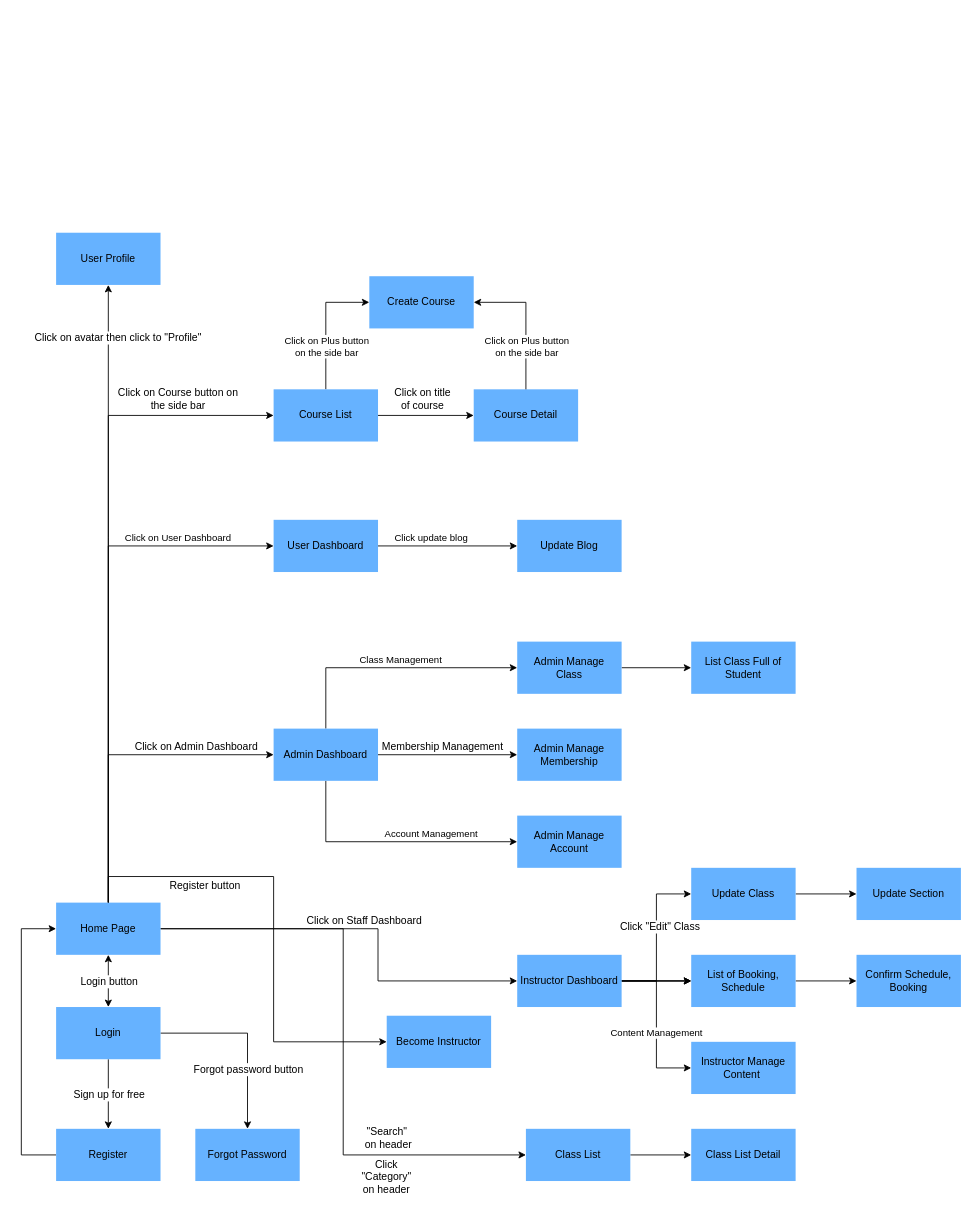
This is page "SWP2" (2 of 4) of Untitled Diagram.drawio from minhng-178/web-starter-projects, a draw.io file, before an edit. Source tidied: cells renumbered, new cells numbered last; positions are measured from the earlier drawing's top-left corner, leaving out a move shared by most shapes. Both pictures are drawn from the tidied source at 87%, with x=0, y=0 at pixel (21, 232).
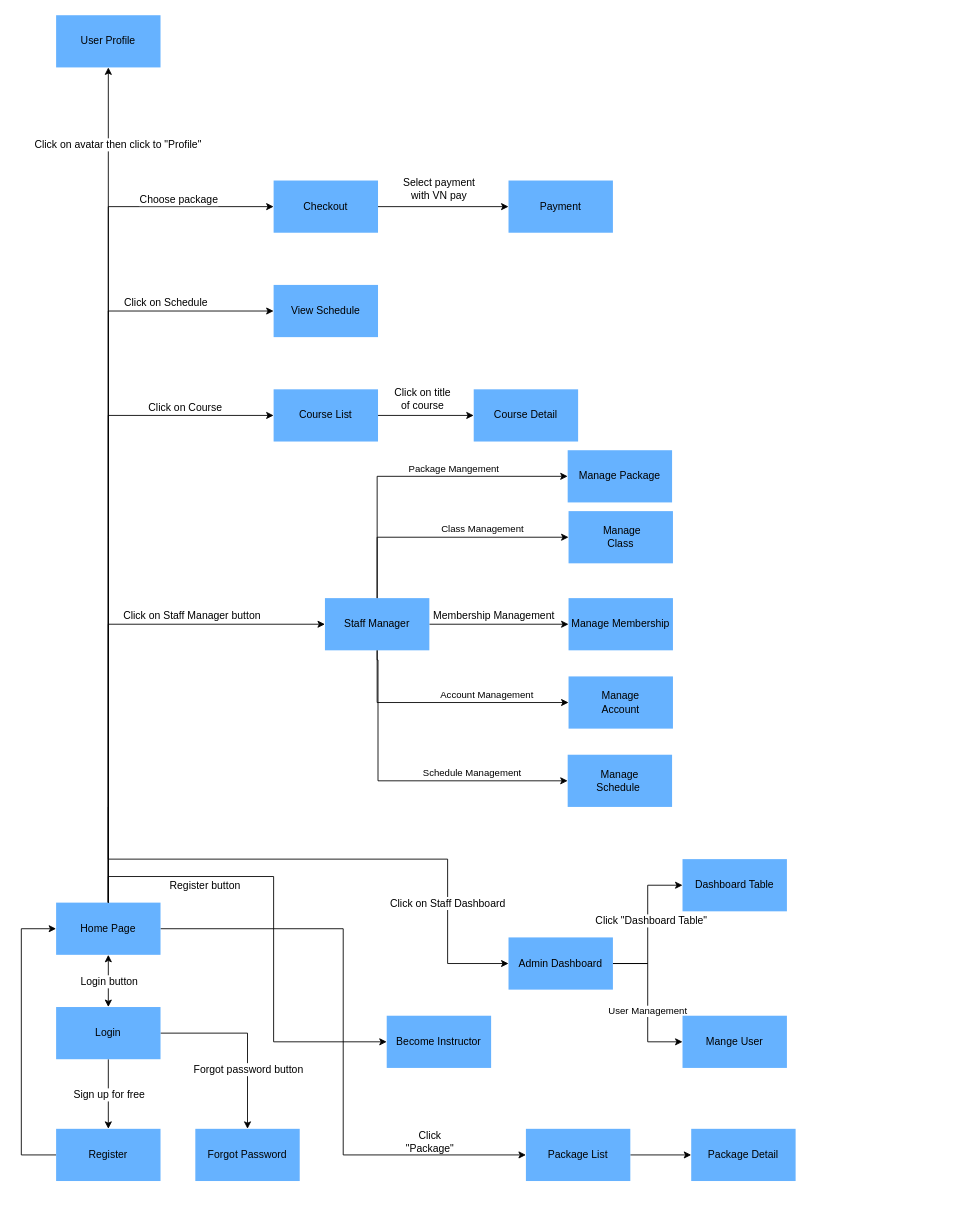
Above is the later version.

The change refers to these unchanged cells:
```xml
<mxCell id="2" style="edgeStyle=orthogonalEdgeStyle;rounded=0;jettySize=auto;html=1;exitX=0.5;exitY=0;exitDx=0;exitDy=0;entryX=0;entryY=0.5;entryDx=0;entryDy=0;" parent="1" edge="1" source="14" target="28">
  <mxGeometry relative="1" as="geometry" />
</mxCell>
<mxCell id="10" style="edgeStyle=orthogonalEdgeStyle;rounded=0;jettySize=auto;html=1;entryX=0;entryY=0.5;entryDx=0;entryDy=0;exitX=0.5;exitY=0;exitDx=0;exitDy=0;" parent="1" edge="1" source="14" target="59">
  <mxGeometry relative="1" as="geometry">
    <Array as="points">
      <mxPoint x="100" y="210" />
    </Array>
  </mxGeometry>
</mxCell>
<mxCell id="12" style="edgeStyle=orthogonalEdgeStyle;rounded=0;jettySize=auto;html=1;entryX=0;entryY=0.5;entryDx=0;entryDy=0;exitX=1;exitY=0.5;exitDx=0;exitDy=0;exitPerimeter=0;" parent="1" edge="1" source="14" target="65">
  <mxGeometry relative="1" as="geometry" />
</mxCell>
<mxCell id="14" value="Home Page" style="rounded=0;whiteSpace=wrap;html=1;fillColor=#66B2FF;strokeColor=none;" parent="1" vertex="1">
  <mxGeometry x="40" y="770" width="120" height="60" as="geometry" />
</mxCell>
<mxCell id="22" style="edgeStyle=orthogonalEdgeStyle;rounded=0;jettySize=auto;html=1;entryX=0;entryY=0.5;entryDx=0;entryDy=0;exitX=0.5;exitY=0;exitDx=0;exitDy=0;" parent="1" edge="1" source="28" target="30">
  <mxGeometry relative="1" as="geometry" />
</mxCell>
<mxCell id="39" style="edgeStyle=orthogonalEdgeStyle;rounded=0;jettySize=auto;html=1;entryX=0;entryY=0.5;entryDx=0;entryDy=0;" parent="1" edge="1" source="46" target="53">
  <mxGeometry relative="1" as="geometry" />
</mxCell>
<mxCell id="44" style="edgeStyle=orthogonalEdgeStyle;rounded=0;jettySize=auto;html=1;exitX=1;exitY=0.5;exitDx=0;exitDy=0;entryX=0;entryY=0.5;entryDx=0;entryDy=0;" parent="1" edge="1" source="46" target="73">
  <mxGeometry relative="1" as="geometry" />
</mxCell>
<mxCell id="59" value="Course List" style="rounded=0;whiteSpace=wrap;html=1;fillColor=#66B2FF;strokeColor=none;" parent="1" vertex="1">
  <mxGeometry x="290" y="180" width="120" height="60" as="geometry" />
</mxCell>
<mxCell id="61" value="Course Detail" style="whiteSpace=wrap;html=1;fillColor=#66B2FF;strokeColor=none;rounded=0;" parent="1" vertex="1">
  <mxGeometry x="520" y="180" width="120" height="60" as="geometry" />
</mxCell>
```

The edit, as a diff of the source:
```diff
@@
-    <mxCell id="3" value="&lt;font style=&quot;font-size: 12px;&quot;&gt;Click on Admin Dashboard&lt;/font&gt;" style="edgeLabel;html=1;align=center;verticalAlign=middle;" parent="2" vertex="1">
+    <mxCell id="3" value="&lt;span class=&quot;custom-cursor-default-hover&quot; style=&quot;font-size: 12px;&quot;&gt;Click on Staff Manager button&lt;/span&gt;" style="edgeLabel;html=1;align=center;verticalAlign=middle;" parent="2" vertex="1">
       <mxGeometry x="0.39" y="1" relative="1" as="geometry">
         <mxPoint x="20" y="-9" as="offset" />
       </mxGeometry>
     </mxCell>
-    <mxCell id="4" style="edgeStyle=orthogonalEdgeStyle;rounded=0;jettySize=auto;html=1;" parent="1" edge="1" source="14" target="46">
+    <mxCell id="4" style="edgeStyle=orthogonalEdgeStyle;rounded=0;jettySize=auto;html=1;entryX=0;entryY=0.5;entryDx=0;entryDy=0;" parent="1" edge="1" target="46">
       <mxGeometry relative="1" as="geometry">
+        <mxPoint x="100" y="660" as="sourcePoint" />
         <Array as="points">
-          <mxPoint x="410" y="800" />
-          <mxPoint x="410" y="860" />
+          <mxPoint x="100" y="720" />
+          <mxPoint x="490" y="720" />
+          <mxPoint x="490" y="840" />
         </Array>
       </mxGeometry>
     </mxCell>
     <mxCell id="5" value="&lt;font style=&quot;font-size: 12px;&quot;&gt;Click on Staff Dashboard&lt;/font&gt;" style="edgeLabel;html=1;align=center;verticalAlign=middle;" parent="4" vertex="1">
       <mxGeometry x="-0.01" y="-1" relative="1" as="geometry">
-        <mxPoint y="-11" as="offset" />
+        <mxPoint x="132" y="49" as="offset" />
       </mxGeometry>
     </mxCell>
@@
-    <mxCell id="8" style="edgeStyle=orthogonalEdgeStyle;rounded=0;jettySize=auto;html=1;exitX=0.5;exitY=0;exitDx=0;exitDy=0;entryX=0;entryY=0.5;entryDx=0;entryDy=0;" parent="1" edge="1" source="14" target="50">
-      <mxGeometry relative="1" as="geometry">
-        <Array as="points">
-          <mxPoint x="100" y="360" />
-        </Array>
-      </mxGeometry>
-    </mxCell>
-    <mxCell id="9" value="Click on User Dashboard" style="edgeLabel;html=1;align=center;verticalAlign=middle;" parent="8" vertex="1">
-      <mxGeometry x="0.45" y="2" relative="1" as="geometry">
-        <mxPoint x="54" y="-8" as="offset" />
-      </mxGeometry>
-    </mxCell>
@@
-    <mxCell id="11" value="&lt;font style=&quot;font-size: 12px;&quot;&gt;Click on Course button on &lt;br&gt;the side bar&lt;/font&gt;" style="edgeLabel;html=1;align=center;verticalAlign=middle;" parent="10" vertex="1">
+    <mxCell id="11" value="&lt;font class=&quot;custom-cursor-default-hover&quot; style=&quot;font-size: 12px;&quot;&gt;Click on Course&amp;nbsp;&lt;/font&gt;" style="edgeLabel;html=1;align=center;verticalAlign=middle;" parent="10" vertex="1">
       <mxGeometry x="0.56" y="-1" relative="1" as="geometry">
-        <mxPoint x="54" y="-21" as="offset" />
+        <mxPoint x="64" y="-11" as="offset" />
       </mxGeometry>
     </mxCell>
@@
-    <mxCell id="13" value="&lt;font style=&quot;font-size: 12px;&quot;&gt;&quot;Search&quot;&lt;br&gt;&amp;nbsp;on header&lt;/font&gt;" style="edgeLabel;html=1;align=center;verticalAlign=middle;" parent="12" vertex="1">
-      <mxGeometry x="0.92" y="2" relative="1" as="geometry">
-        <mxPoint x="-134" y="-18" as="offset" />
-      </mxGeometry>
-    </mxCell>
@@
     <mxCell id="23" value="Class Management" style="edgeLabel;html=1;align=center;verticalAlign=middle;" parent="22" vertex="1">
       <mxGeometry x="0.07" y="2" relative="1" as="geometry">
-        <mxPoint y="-8" as="offset" />
+        <mxPoint x="35" y="-8" as="offset" />
       </mxGeometry>
     </mxCell>
@@
-    <mxCell id="28" value="Admin Dashboard" style="whiteSpace=wrap;html=1;fillColor=#66B2FF;strokeColor=none;rounded=0;" parent="1" vertex="1">
-      <mxGeometry x="290" y="570" width="120" height="60" as="geometry" />
+    <mxCell id="28" value="Staff Manager" style="whiteSpace=wrap;html=1;fillColor=#66B2FF;strokeColor=none;rounded=0;" parent="1" vertex="1">
+      <mxGeometry x="349" y="420" width="120" height="60" as="geometry" />
     </mxCell>
-    <mxCell id="29" style="edgeStyle=orthogonalEdgeStyle;rounded=0;jettySize=auto;html=1;" parent="1" edge="1" source="30" target="69">
-      <mxGeometry relative="1" as="geometry" />
-    </mxCell>
-    <mxCell id="30" value="Admin Manage &lt;br&gt;Class" style="whiteSpace=wrap;html=1;fillColor=#66B2FF;strokeColor=none;rounded=0;" parent="1" vertex="1">
-      <mxGeometry x="570" y="470" width="120" height="60" as="geometry" />
+    <mxCell id="30" value="&amp;nbsp;Manage &lt;br&gt;Class" style="whiteSpace=wrap;html=1;fillColor=#66B2FF;strokeColor=none;rounded=0;" parent="1" vertex="1">
+      <mxGeometry x="629" y="320" width="120" height="60" as="geometry" />
     </mxCell>
-    <mxCell id="31" value="Admin Manage Membership" style="whiteSpace=wrap;html=1;fillColor=#66B2FF;strokeColor=none;rounded=0;" parent="1" vertex="1">
-      <mxGeometry x="570" y="570" width="120" height="60" as="geometry" />
+    <mxCell id="31" value="Manage Membership" style="whiteSpace=wrap;html=1;fillColor=#66B2FF;strokeColor=none;rounded=0;" parent="1" vertex="1">
+      <mxGeometry x="629" y="420" width="120" height="60" as="geometry" />
     </mxCell>
-    <mxCell id="32" value="Admin Manage&lt;br&gt;Account" style="whiteSpace=wrap;html=1;fillColor=#66B2FF;strokeColor=none;rounded=0;" parent="1" vertex="1">
-      <mxGeometry x="570" y="670" width="120" height="60" as="geometry" />
+    <mxCell id="32" value="Manage&lt;br&gt;Account" style="whiteSpace=wrap;html=1;fillColor=#66B2FF;strokeColor=none;rounded=0;" parent="1" vertex="1">
+      <mxGeometry x="629" y="510" width="120" height="60" as="geometry" />
     </mxCell>
@@
     <mxCell id="38" value="User Profile" style="rounded=0;whiteSpace=wrap;html=1;fillColor=#66B2FF;shadow=0;strokeColor=none;" parent="1" vertex="1">
-      <mxGeometry x="40" width="120" height="60" as="geometry" />
+      <mxGeometry x="40" y="-250" width="120" height="60" as="geometry" />
     </mxCell>
@@
-    <mxCell id="40" value="&lt;font style=&quot;font-size: 12px;&quot;&gt;Click &quot;Edit&quot; Class&lt;/font&gt;" style="edgeLabel;html=1;align=center;verticalAlign=middle;" parent="39" vertex="1">
-      <mxGeometry x="0.14" y="-3" relative="1" as="geometry" />
+    <mxCell id="40" value="&lt;span style=&quot;font-size: 12px;&quot;&gt;Click &quot;Dashboard Table&quot;&lt;/span&gt;" style="edgeLabel;html=1;align=center;verticalAlign=middle;" parent="39" vertex="1">
+      <mxGeometry x="0.14" y="-3" relative="1" as="geometry">
+        <mxPoint y="7" as="offset" />
+      </mxGeometry>
     </mxCell>
-    <mxCell id="41" style="edgeStyle=orthogonalEdgeStyle;rounded=0;jettySize=auto;html=1;" parent="1" edge="1" source="46" target="71">
-      <mxGeometry relative="1" as="geometry" />
-    </mxCell>
-    <mxCell id="42" style="edgeStyle=orthogonalEdgeStyle;rounded=0;jettySize=auto;html=1;" parent="1" edge="1" source="46" target="71">
-      <mxGeometry relative="1" as="geometry" />
-    </mxCell>
-    <mxCell id="43" style="edgeStyle=orthogonalEdgeStyle;rounded=0;jettySize=auto;html=1;" parent="1" edge="1" source="46" target="71">
-      <mxGeometry relative="1" as="geometry" />
-    </mxCell>
@@
-    <mxCell id="45" value="Content Management" style="edgeLabel;html=1;align=center;verticalAlign=middle;" parent="44" vertex="1">
+    <mxCell id="45" value="User Management" style="edgeLabel;html=1;align=center;verticalAlign=middle;" parent="44" vertex="1">
       <mxGeometry x="0.1" y="-1" relative="1" as="geometry" />
     </mxCell>
-    <mxCell id="46" value="Instructor&amp;nbsp;Dashboard" style="rounded=0;whiteSpace=wrap;html=1;fillColor=#66B2FF;strokeColor=none;" parent="1" vertex="1">
-      <mxGeometry x="570" y="830" width="120" height="60" as="geometry" />
+    <mxCell id="46" value="Admin Dashboard" style="rounded=0;whiteSpace=wrap;html=1;fillColor=#66B2FF;strokeColor=none;" parent="1" vertex="1">
+      <mxGeometry x="560" y="810" width="120" height="60" as="geometry" />
     </mxCell>
@@
-    <mxCell id="48" style="edgeStyle=orthogonalEdgeStyle;rounded=0;jettySize=auto;html=1;" parent="1" edge="1" source="50" target="51">
-      <mxGeometry relative="1" as="geometry" />
-    </mxCell>
-    <mxCell id="49" value="Click update blog" style="edgeLabel;html=1;align=center;verticalAlign=middle;" parent="48" vertex="1">
-      <mxGeometry x="-0.29" relative="1" as="geometry">
-        <mxPoint x="3" y="-10" as="offset" />
-      </mxGeometry>
-    </mxCell>
-    <mxCell id="50" value="User Dashboard" style="rounded=0;whiteSpace=wrap;html=1;fillColor=#66B2FF;strokeColor=none;" parent="1" vertex="1">
-      <mxGeometry x="290" y="330" width="120" height="60" as="geometry" />
-    </mxCell>
-    <mxCell id="51" value="Update Blog" style="whiteSpace=wrap;html=1;fillColor=#66B2FF;strokeColor=none;rounded=0;" parent="1" vertex="1">
-      <mxGeometry x="570" y="330" width="120" height="60" as="geometry" />
-    </mxCell>
-    <mxCell id="52" style="edgeStyle=orthogonalEdgeStyle;rounded=0;jettySize=auto;html=1;" parent="1" edge="1" source="53" target="68">
-      <mxGeometry relative="1" as="geometry" />
-    </mxCell>
-    <mxCell id="53" value="Update Class" style="rounded=0;whiteSpace=wrap;html=1;fillColor=#66B2FF;strokeColor=none;" parent="1" vertex="1">
-      <mxGeometry x="770" y="730" width="120" height="60" as="geometry" />
+    <mxCell id="53" value="Dashboard Table" style="rounded=0;whiteSpace=wrap;html=1;fillColor=#66B2FF;strokeColor=none;" parent="1" vertex="1">
+      <mxGeometry x="760" y="720" width="120" height="60" as="geometry" />
     </mxCell>
@@
-    <mxCell id="55" style="edgeStyle=orthogonalEdgeStyle;rounded=0;jettySize=auto;html=1;exitX=0.5;exitY=0;exitDx=0;exitDy=0;entryX=0;entryY=0.5;entryDx=0;entryDy=0;" parent="1" edge="1" source="59" target="60">
-      <mxGeometry relative="1" as="geometry">
-        <Array as="points">
-          <mxPoint x="350" y="80" />
-        </Array>
-      </mxGeometry>
-    </mxCell>
-    <mxCell id="56" value="Click on Plus button&lt;br&gt;on the side bar" style="edgeLabel;html=1;align=center;verticalAlign=middle;" parent="55" vertex="1">
-      <mxGeometry x="-0.17" y="1" relative="1" as="geometry">
-        <mxPoint x="1" y="12" as="offset" />
-      </mxGeometry>
-    </mxCell>
@@
-    <mxCell id="60" value="Create Course" style="rounded=0;whiteSpace=wrap;html=1;fillColor=#66B2FF;strokeColor=none;" parent="1" vertex="1">
-      <mxGeometry x="400" y="50" width="120" height="60" as="geometry" />
-    </mxCell>
@@
-    <mxCell id="62" style="endArrow=classic;html=1;rounded=0;exitX=0.5;exitY=0;exitDx=0;exitDy=0;entryX=1;entryY=0.5;entryDx=0;entryDy=0;" parent="1" edge="1" source="61" target="60">
-      <mxGeometry relative="1" as="geometry">
-        <Array as="points">
-          <mxPoint x="580" y="80" />
-        </Array>
-      </mxGeometry>
-    </mxCell>
-    <mxCell id="63" value="Click on Plus button&lt;br style=&quot;border-color: var(--border-color);&quot;&gt;on the side bar" style="edgeLabel;html=1;align=center;verticalAlign=middle;" parent="62" vertex="1">
-      <mxGeometry x="-0.23" y="-2" relative="1" as="geometry">
-        <mxPoint x="-2" y="12" as="offset" />
-      </mxGeometry>
-    </mxCell>
@@
-    <mxCell id="65" value="Class List" style="whiteSpace=wrap;html=1;fillColor=#66B2FF;strokeColor=none;rounded=0;" parent="1" vertex="1">
+    <mxCell id="65" value="Package List" style="whiteSpace=wrap;html=1;fillColor=#66B2FF;strokeColor=none;rounded=0;" parent="1" vertex="1">
       <mxGeometry x="580" y="1030" width="120" height="60" as="geometry" />
     </mxCell>
-    <mxCell id="66" value="Click &quot;Category&quot;&lt;br&gt;on header" style="text;html=1;strokeColor=none;fillColor=none;align=center;verticalAlign=middle;whiteSpace=wrap;rounded=0;" parent="1" vertex="1">
-      <mxGeometry x="390" y="1070" width="60" height="30" as="geometry" />
+    <mxCell id="66" value="Click &quot;Package&quot;" style="text;html=1;strokeColor=none;fillColor=none;align=center;verticalAlign=middle;whiteSpace=wrap;rounded=0;" parent="1" vertex="1">
+      <mxGeometry x="440" y="1030" width="60" height="30" as="geometry" />
     </mxCell>
-    <mxCell id="67" value="Class List Detail" style="whiteSpace=wrap;html=1;fillColor=#66B2FF;strokeColor=none;rounded=0;" parent="1" vertex="1">
+    <mxCell id="67" value="Package Detail" style="whiteSpace=wrap;html=1;fillColor=#66B2FF;strokeColor=none;rounded=0;" parent="1" vertex="1">
       <mxGeometry x="770" y="1030" width="120" height="60" as="geometry" />
     </mxCell>
-    <mxCell id="68" value="Update Section" style="whiteSpace=wrap;html=1;fillColor=#66B2FF;strokeColor=none;rounded=0;" parent="1" vertex="1">
-      <mxGeometry x="960" y="730" width="120" height="60" as="geometry" />
-    </mxCell>
-    <mxCell id="69" value="List Class Full of Student" style="whiteSpace=wrap;html=1;fillColor=#66B2FF;strokeColor=none;rounded=0;" parent="1" vertex="1">
-      <mxGeometry x="770" y="470" width="120" height="60" as="geometry" />
-    </mxCell>
-    <mxCell id="70" style="edgeStyle=orthogonalEdgeStyle;rounded=0;jettySize=auto;html=1;" parent="1" edge="1" source="71" target="72">
-      <mxGeometry relative="1" as="geometry" />
-    </mxCell>
-    <mxCell id="71" value="List of Booking, Schedule" style="rounded=0;whiteSpace=wrap;html=1;fillColor=#66B2FF;strokeColor=none;" parent="1" vertex="1">
-      <mxGeometry x="770" y="830" width="120" height="60" as="geometry" />
-    </mxCell>
-    <mxCell id="72" value="Confirm Schedule, Booking" style="whiteSpace=wrap;html=1;fillColor=#66B2FF;strokeColor=none;rounded=0;" parent="1" vertex="1">
-      <mxGeometry x="960" y="830" width="120" height="60" as="geometry" />
-    </mxCell>
-    <mxCell id="73" value="Instructor Manage Content&amp;nbsp;" style="rounded=0;whiteSpace=wrap;html=1;fillColor=#66B2FF;strokeColor=none;" parent="1" vertex="1">
-      <mxGeometry x="770" y="930" width="120" height="60" as="geometry" />
+    <mxCell id="73" value="Mange User" style="rounded=0;whiteSpace=wrap;html=1;fillColor=#66B2FF;strokeColor=none;" parent="1" vertex="1">
+      <mxGeometry x="760" y="900" width="120" height="60" as="geometry" />
     </mxCell>
+    <mxCell id="74" value="Manage&lt;br&gt;Schedule&amp;nbsp;" style="whiteSpace=wrap;html=1;fillColor=#66B2FF;strokeColor=none;rounded=0;" parent="1" vertex="1">
+      <mxGeometry x="628" y="600" width="120" height="60" as="geometry" />
+    </mxCell>
+    <mxCell id="75" style="edgeStyle=orthogonalEdgeStyle;rounded=0;jettySize=auto;html=1;entryX=0;entryY=0.5;entryDx=0;entryDy=0;exitX=0.5;exitY=1;exitDx=0;exitDy=0;" parent="1" edge="1" source="28" target="74">
+      <mxGeometry relative="1" as="geometry">
+        <Array as="points">
+          <mxPoint x="409" y="491" />
+          <mxPoint x="410" y="491" />
+          <mxPoint x="410" y="630" />
+        </Array>
+      </mxGeometry>
+    </mxCell>
+    <mxCell id="76" value="Schedule Management" style="edgeLabel;html=1;align=center;verticalAlign=middle;" parent="75" vertex="1">
+      <mxGeometry x="0.02" y="3" relative="1" as="geometry">
+        <mxPoint x="70" y="-7" as="offset" />
+      </mxGeometry>
+    </mxCell>
+    <mxCell id="77" value="Manage Package" style="whiteSpace=wrap;html=1;fillColor=#66B2FF;strokeColor=none;rounded=0;" parent="1" vertex="1">
+      <mxGeometry x="628" y="250" width="120" height="60" as="geometry" />
+    </mxCell>
+    <mxCell id="78" style="edgeStyle=orthogonalEdgeStyle;rounded=0;jettySize=auto;html=1;entryX=0;entryY=0.5;entryDx=0;entryDy=0;exitX=0.5;exitY=0;exitDx=0;exitDy=0;" parent="1" edge="1" source="28" target="77">
+      <mxGeometry relative="1" as="geometry" />
+    </mxCell>
+    <mxCell id="79" value="Package Mangement" style="edgeLabel;html=1;align=center;verticalAlign=middle;" parent="78" vertex="1">
+      <mxGeometry x="0.07" y="2" relative="1" as="geometry">
+        <mxPoint x="35" y="-8" as="offset" />
+      </mxGeometry>
+    </mxCell>
+    <mxCell id="80" value="View Schedule" style="rounded=0;whiteSpace=wrap;html=1;fillColor=#66B2FF;strokeColor=none;" parent="1" vertex="1">
+      <mxGeometry x="290" y="60" width="120" height="60" as="geometry" />
+    </mxCell>
+    <mxCell id="81" style="edgeStyle=orthogonalEdgeStyle;rounded=0;jettySize=auto;html=1;entryX=0;entryY=0.5;entryDx=0;entryDy=0;" parent="1" edge="1" target="80">
+      <mxGeometry relative="1" as="geometry">
+        <mxPoint x="100" y="770" as="sourcePoint" />
+        <Array as="points">
+          <mxPoint x="100" y="90" />
+        </Array>
+      </mxGeometry>
+    </mxCell>
+    <mxCell id="82" value="&lt;font class=&quot;custom-cursor-default-hover&quot; style=&quot;font-size: 12px;&quot;&gt;Click on Schedule&lt;/font&gt;" style="edgeLabel;html=1;align=center;verticalAlign=middle;" parent="81" vertex="1">
+      <mxGeometry x="0.56" y="-1" relative="1" as="geometry">
+        <mxPoint x="64" y="-11" as="offset" />
+      </mxGeometry>
+    </mxCell>
+    <mxCell id="83" value="Checkout" style="rounded=0;whiteSpace=wrap;html=1;fillColor=#66B2FF;strokeColor=none;" parent="1" vertex="1">
+      <mxGeometry x="290" y="-60" width="120" height="60" as="geometry" />
+    </mxCell>
+    <mxCell id="84" style="edgeStyle=orthogonalEdgeStyle;rounded=0;jettySize=auto;html=1;entryX=0;entryY=0.5;entryDx=0;entryDy=0;" parent="1" edge="1" target="83">
+      <mxGeometry relative="1" as="geometry">
+        <mxPoint x="100" y="770" as="sourcePoint" />
+        <Array as="points">
+          <mxPoint x="100" y="-30" />
+        </Array>
+      </mxGeometry>
+    </mxCell>
+    <mxCell id="85" value="&lt;font class=&quot;custom-cursor-default-hover&quot; style=&quot;font-size: 12px;&quot;&gt;Choose package&lt;/font&gt;" style="edgeLabel;html=1;align=center;verticalAlign=middle;" parent="84" vertex="1">
+      <mxGeometry x="0.56" y="-1" relative="1" as="geometry">
+        <mxPoint x="79" y="-37" as="offset" />
+      </mxGeometry>
+    </mxCell>
+    <mxCell id="86" style="endArrow=classic;html=1;rounded=0;exitX=1;exitY=0.5;exitDx=0;exitDy=0;entryX=0;entryY=0.5;entryDx=0;entryDy=0;" parent="1" edge="1" source="83" target="87">
+      <mxGeometry relative="1" as="geometry" />
+    </mxCell>
+    <mxCell id="87" value="Payment" style="rounded=0;whiteSpace=wrap;html=1;fillColor=#66B2FF;strokeColor=none;" parent="1" vertex="1">
+      <mxGeometry x="560" y="-60" width="120" height="60" as="geometry" />
+    </mxCell>
+    <mxCell id="88" value="Select payment &lt;br&gt;with VN pay" style="text;html=1;align=center;verticalAlign=middle;strokeColor=none;fillColor=none;" parent="1" vertex="1">
+      <mxGeometry x="425" y="-70" width="110" height="40" as="geometry" />
+    </mxCell>
```
